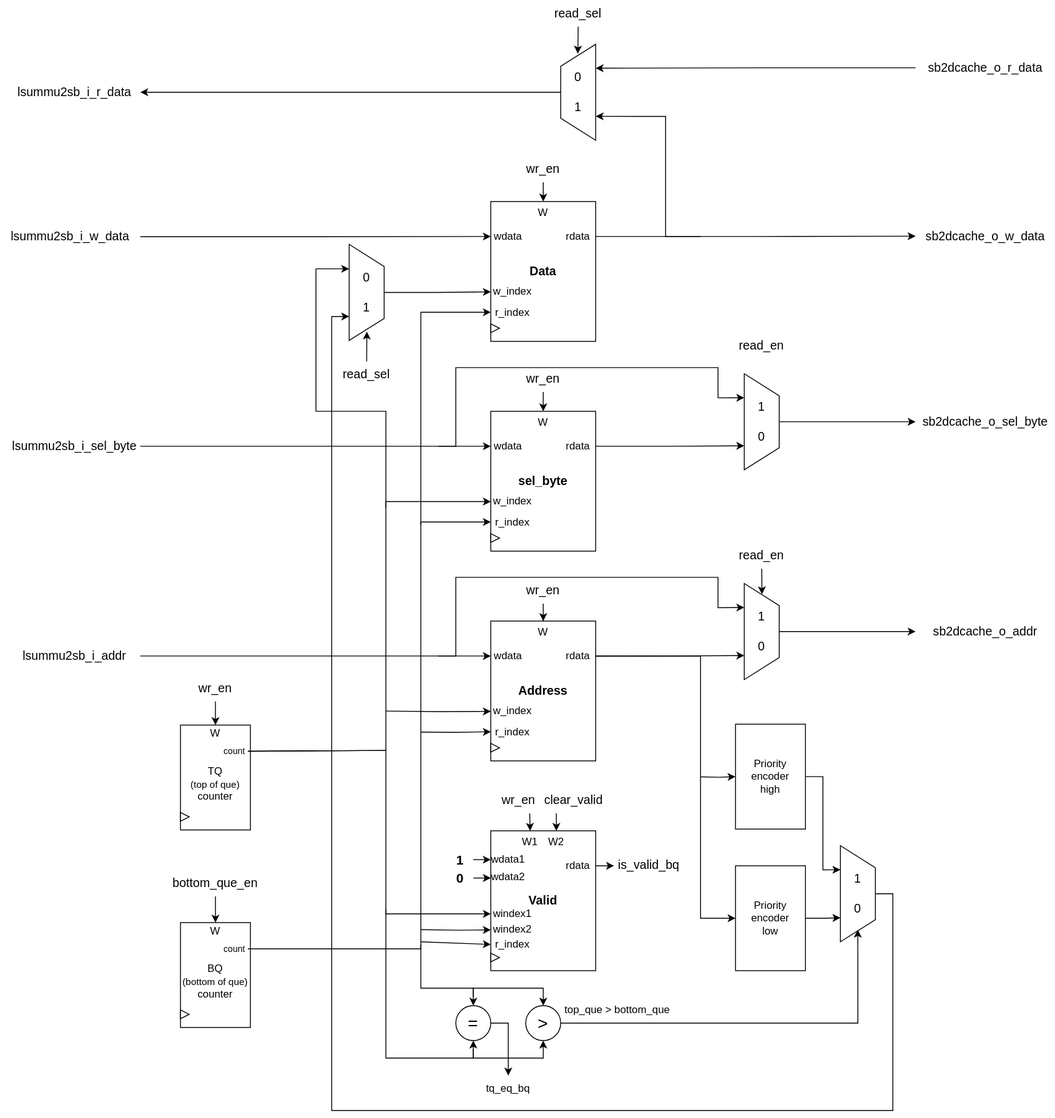
medsuet/Xcelerium-IC-Design-Training keeps this draw.io diagram as Tayyab/StoreBuffer/docs/storebuffer_datapath.drawio.svg. Above is the earlier version. Source tidied: cells renumbered, new cells last; positions are measured from the earlier drawing's top-left corner, leaving out a move shared by most shapes.
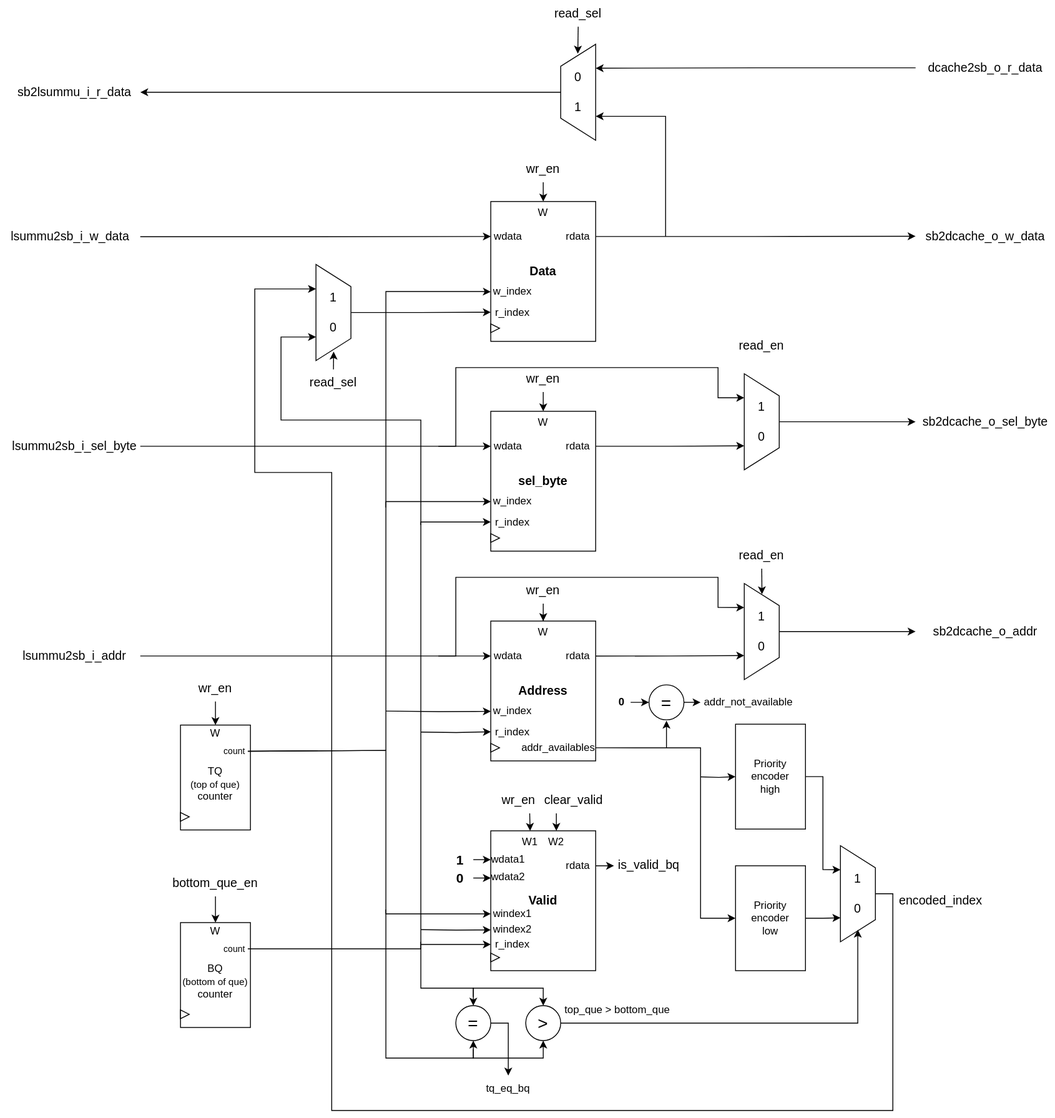
Above is the later version.

What changed in the source:
```diff
@@ -20,25 +20,26 @@
     <mxCell id="7" style="triangle;whiteSpace=wrap;html=1;" parent="2" vertex="1">
       <mxGeometry y="140" width="10" height="10" as="geometry" />
     </mxCell>
-    <mxCell id="8" style="edgeStyle=orthogonalEdgeStyle;rounded=0;jettySize=auto;html=1;exitX=0;exitY=0.5;exitDx=0;exitDy=0;entryX=0.75;entryY=1;entryDx=0;entryDy=0;entryPerimeter=0;" parent="2" edge="1" target="106">
+    <mxCell id="8" style="edgeStyle=orthogonalEdgeStyle;rounded=0;jettySize=auto;html=1;exitX=0;exitY=0.5;exitDx=0;exitDy=0;entryX=0;entryY=0.5;entryDx=0;entryDy=0;" parent="2" edge="1" target="9">
       <mxGeometry relative="1" as="geometry">
         <mxPoint x="-120" y="350" as="sourcePoint" />
         <Array as="points">
-          <mxPoint x="-120" y="240" />
-          <mxPoint x="-200" y="240" />
-          <mxPoint x="-200" y="77" />
-          <mxPoint x="-162" y="77" />
+          <mxPoint x="-120" y="103" />
+          <mxPoint x="-10" y="103" />
         </Array>
       </mxGeometry>
     </mxCell>
     <mxCell id="9" value="w_index" style="text;html=1;align=center;verticalAlign=middle;whiteSpace=wrap;rounded=0;" parent="2" vertex="1">
       <mxGeometry y="90" width="50" height="26.7" as="geometry" />
     </mxCell>
-    <mxCell id="10" style="edgeStyle=orthogonalEdgeStyle;rounded=0;jettySize=auto;html=1;exitX=0;exitY=0.5;exitDx=0;exitDy=0;entryX=0;entryY=0.5;entryDx=0;entryDy=0;" parent="2" edge="1" target="11">
+    <mxCell id="10" style="edgeStyle=orthogonalEdgeStyle;rounded=0;jettySize=auto;html=1;exitX=0;exitY=0.5;exitDx=0;exitDy=0;entryX=0.25;entryY=1;entryDx=0;entryDy=0;entryPerimeter=0;" parent="2" edge="1" target="106">
       <mxGeometry relative="1" as="geometry">
         <mxPoint x="-80" y="370" as="sourcePoint" />
         <Array as="points">
-          <mxPoint x="-80" y="127" />
+          <mxPoint x="-80" y="250" />
+          <mxPoint x="-240" y="250" />
+          <mxPoint x="-240" y="155" />
+          <mxPoint x="-200" y="155" />
         </Array>
       </mxGeometry>
     </mxCell>
@@ -140,7 +141,7 @@
       <mxGeometry relative="1" as="geometry" />
     </mxCell>
     <mxCell id="40" style="group;" parent="1" vertex="1">
-      <mxGeometry x="561" y="710" width="120" height="160" as="geometry" />
+      <mxGeometry x="561" y="710" width="130" height="160" as="geometry" />
     </mxCell>
     <mxCell id="41" value="&lt;font style=&quot;font-size: 14px;&quot;&gt;&lt;b&gt;Address&lt;/b&gt;&lt;/font&gt;" style="rounded=0;whiteSpace=wrap;html=1;" parent="40" vertex="1">
       <mxGeometry width="120" height="160" as="geometry" />
@@ -173,6 +174,9 @@
     <mxCell id="49" value="r_index" style="text;html=1;align=center;verticalAlign=middle;whiteSpace=wrap;rounded=0;" parent="40" vertex="1">
       <mxGeometry y="113.3" width="50" height="26.7" as="geometry" />
     </mxCell>
+    <mxCell id="129" value="addr_availables" style="text;html=1;align=center;verticalAlign=middle;whiteSpace=wrap;rounded=0;" parent="40" vertex="1">
+      <mxGeometry x="35" y="131.7" width="85" height="26.7" as="geometry" />
+    </mxCell>
     <mxCell id="50" style="group;" parent="1" vertex="1">
       <mxGeometry x="561" y="950" width="120" height="160" as="geometry" />
     </mxCell>
@@ -241,9 +245,9 @@
     <mxCell id="67" value="lsummu2sb_i_addr" style="text;html=1;align=center;verticalAlign=middle;whiteSpace=wrap;rounded=0;fontSize=14;" parent="1" vertex="1">
       <mxGeometry x="10" y="735" width="150" height="30" as="geometry" />
     </mxCell>
-    <mxCell id="68" style="edgeStyle=orthogonalEdgeStyle;rounded=0;jettySize=auto;html=1;exitX=0.75;exitY=1;exitDx=0;exitDy=0;exitPerimeter=0;entryX=0.75;entryY=1;entryDx=0;entryDy=0;entryPerimeter=0;" parent="1" edge="1" target="70">
+    <mxCell id="68" style="edgeStyle=orthogonalEdgeStyle;rounded=0;jettySize=auto;html=1;entryX=0.75;entryY=1;entryDx=0;entryDy=0;entryPerimeter=0;" parent="1" edge="1" target="70">
       <mxGeometry relative="1" as="geometry">
-        <mxPoint x="801" y="270" as="sourcePoint" />
+        <mxPoint x="761" y="270" as="sourcePoint" />
         <Array as="points">
           <mxPoint x="761" y="270" />
           <mxPoint x="761" y="132" />
@@ -256,13 +260,13 @@
     <mxCell id="70" value="&lt;font style=&quot;font-size: 14px;&quot;&gt;0&lt;/font&gt;&lt;div style=&quot;font-size: 14px;&quot;&gt;&lt;font style=&quot;font-size: 14px;&quot;&gt;&lt;br&gt;&lt;/font&gt;&lt;/div&gt;&lt;div style=&quot;font-size: 14px;&quot;&gt;&lt;div style=&quot;&quot;&gt;&lt;font style=&quot;font-size: 14px;&quot;&gt;1&lt;/font&gt;&lt;/div&gt;&lt;/div&gt;" style="verticalLabelPosition=middle;verticalAlign=middle;html=1;shape=trapezoid;perimeter=trapezoidPerimeter;whiteSpace=wrap;size=0.23;arcSize=10;flipV=1;labelPosition=center;align=center;direction=north;fontSize=8;points=[[0,0.5,0,0,0],[0.25,1,0,0,0],[0.5,0,0,0,0],[0.75,1,0,0,0],[1,0.5,0,0,0]];" parent="1" vertex="1">
       <mxGeometry x="641" y="50" width="40" height="110" as="geometry" />
     </mxCell>
-    <mxCell id="71" value="sb2dcache_o_r_data" style="text;html=1;align=center;verticalAlign=middle;whiteSpace=wrap;rounded=0;fontSize=14;" parent="1" vertex="1">
+    <mxCell id="71" value="dcache2sb&lt;span style=&quot;background-color: initial;&quot;&gt;_o_r_data&lt;/span&gt;" style="text;html=1;align=center;verticalAlign=middle;whiteSpace=wrap;rounded=0;fontSize=14;" parent="1" vertex="1">
       <mxGeometry x="1047" y="62" width="160" height="30" as="geometry" />
     </mxCell>
     <mxCell id="72" style="edgeStyle=orthogonalEdgeStyle;rounded=0;jettySize=auto;html=1;exitX=0;exitY=0.5;exitDx=0;exitDy=0;entryX=0.25;entryY=1;entryDx=0;entryDy=0;entryPerimeter=0;" parent="1" edge="1" source="71" target="70">
       <mxGeometry relative="1" as="geometry" />
     </mxCell>
-    <mxCell id="73" value="lsummu2sb_i_r_data" style="text;html=1;align=center;verticalAlign=middle;whiteSpace=wrap;rounded=0;fontSize=14;" parent="1" vertex="1">
+    <mxCell id="73" value="sb2&lt;span style=&quot;background-color: initial;&quot;&gt;lsummu_i_r_data&lt;/span&gt;" style="text;html=1;align=center;verticalAlign=middle;whiteSpace=wrap;rounded=0;fontSize=14;" parent="1" vertex="1">
       <mxGeometry x="10" y="90" width="150" height="30" as="geometry" />
     </mxCell>
     <mxCell id="74" style="edgeStyle=orthogonalEdgeStyle;rounded=0;jettySize=auto;html=1;exitX=0.5;exitY=1;exitDx=0;exitDy=0;entryX=0.5;entryY=0;entryDx=0;entryDy=0;startArrow=none;startFill=0;" parent="1" edge="1" source="75" target="6">
@@ -318,14 +322,6 @@
     <mxCell id="90" value="&lt;div&gt;&lt;span style=&quot;background-color: initial;&quot;&gt;Priority encoder&lt;/span&gt;&lt;br&gt;&lt;/div&gt;&lt;div&gt;&lt;/div&gt;&lt;div&gt;low&lt;/div&gt;" style="rounded=0;whiteSpace=wrap;html=1;points=[[0,0.25,0,0,0],[0,0.5,0,0,0],[0,0.75,0,0,0],[0.5,0,0,0,0],[0.5,1,0,0,0],[1,0.25,0,0,0],[1,0.5,0,0,0]];" parent="89" vertex="1">
       <mxGeometry width="80" height="120" as="geometry" />
     </mxCell>
-    <mxCell id="91" style="edgeStyle=orthogonalEdgeStyle;rounded=0;jettySize=auto;html=1;exitX=1;exitY=0.5;exitDx=0;exitDy=0;entryX=0;entryY=0.5;entryDx=0;entryDy=0;entryPerimeter=0;" parent="1" edge="1" source="43" target="90">
-      <mxGeometry relative="1" as="geometry">
-        <Array as="points">
-          <mxPoint x="801" y="750" />
-          <mxPoint x="801" y="1050" />
-        </Array>
-      </mxGeometry>
-    </mxCell>
     <mxCell id="92" value="&lt;span style=&quot;font-size: 14px;&quot;&gt;1&lt;/span&gt;&lt;div&gt;&lt;span style=&quot;font-size: 14px;&quot;&gt;&lt;br&gt;&lt;/span&gt;&lt;/div&gt;&lt;div&gt;&lt;span style=&quot;font-size: 14px;&quot;&gt;0&lt;/span&gt;&lt;/div&gt;" style="verticalLabelPosition=middle;verticalAlign=middle;html=1;shape=trapezoid;perimeter=trapezoidPerimeter;whiteSpace=wrap;size=0.23;arcSize=10;flipV=1;labelPosition=center;align=center;direction=south;fontSize=8;points=[[0,0.5,0,0,0],[0.25,1,0,0,0],[0.5,0,0,0,0],[0.75,1,0,0,0],[1,0.5,0,0,0]];" parent="1" vertex="1">
       <mxGeometry x="961" y="967" width="40" height="110" as="geometry" />
     </mxCell>
@@ -389,25 +385,28 @@
     <mxCell id="104" value="top_que &amp;gt; bottom_que" style="text;html=1;align=center;verticalAlign=middle;whiteSpace=wrap;rounded=0;" parent="1" vertex="1">
       <mxGeometry x="631" y="1150" width="150" height="10" as="geometry" />
     </mxCell>
-    <mxCell id="105" style="edgeStyle=orthogonalEdgeStyle;rounded=0;jettySize=auto;html=1;exitX=0.5;exitY=0;exitDx=0;exitDy=0;exitPerimeter=0;entryX=0;entryY=0.5;entryDx=0;entryDy=0;" parent="1" edge="1" source="106" target="9">
-      <mxGeometry relative="1" as="geometry" />
-    </mxCell>
+    <mxCell id="130" style="edgeStyle=orthogonalEdgeStyle;rounded=0;jettySize=auto;html=1;exitX=0.5;exitY=0;exitDx=0;exitDy=0;exitPerimeter=0;entryX=0;entryY=0.5;entryDx=0;entryDy=0;" parent="1" edge="1" source="106" target="11">
+      <mxGeometry relative="1" as="geometry" />
+    </mxCell>
-    <mxCell id="106" value="&lt;span style=&quot;font-size: 14px;&quot;&gt;0&lt;/span&gt;&lt;div&gt;&lt;span style=&quot;font-size: 14px;&quot;&gt;&lt;br&gt;&lt;/span&gt;&lt;/div&gt;&lt;div&gt;&lt;span style=&quot;font-size: 14px;&quot;&gt;1&lt;/span&gt;&lt;/div&gt;" style="verticalLabelPosition=middle;verticalAlign=middle;html=1;shape=trapezoid;perimeter=trapezoidPerimeter;whiteSpace=wrap;size=0.23;arcSize=10;flipV=1;labelPosition=center;align=center;direction=south;fontSize=8;points=[[0,0.5,0,0,0],[0.25,1,0,0,0],[0.5,0,0,0,0],[0.75,1,0,0,0],[1,0.5,0,0,0]];" parent="1" vertex="1">
-      <mxGeometry x="399" y="279" width="40" height="110" as="geometry" />
+    <mxCell id="106" value="&lt;span style=&quot;font-size: 14px;&quot;&gt;1&lt;/span&gt;&lt;div&gt;&lt;span style=&quot;font-size: 14px;&quot;&gt;&lt;br&gt;&lt;/span&gt;&lt;/div&gt;&lt;div&gt;&lt;span style=&quot;font-size: 14px;&quot;&gt;0&lt;/span&gt;&lt;/div&gt;" style="verticalLabelPosition=middle;verticalAlign=middle;html=1;shape=trapezoid;perimeter=trapezoidPerimeter;whiteSpace=wrap;size=0.23;arcSize=10;flipV=1;labelPosition=center;align=center;direction=south;fontSize=8;points=[[0,0.5,0,0,0],[0.25,1,0,0,0],[0.5,0,0,0,0],[0.75,1,0,0,0],[1,0.5,0,0,0]];" parent="1" vertex="1">
+      <mxGeometry x="361" y="302" width="40" height="110" as="geometry" />
     </mxCell>
     <mxCell id="107" value="read_sel" style="text;html=1;align=center;verticalAlign=middle;whiteSpace=wrap;rounded=0;fontSize=14;" parent="1" vertex="1">
-      <mxGeometry x="389" y="413" width="60" height="30" as="geometry" />
+      <mxGeometry x="351" y="422" width="60" height="30" as="geometry" />
     </mxCell>
     <mxCell id="108" style="edgeStyle=orthogonalEdgeStyle;rounded=0;jettySize=auto;html=1;exitX=0.5;exitY=0;exitDx=0;exitDy=0;entryX=0.093;entryY=0.495;entryDx=0;entryDy=0;entryPerimeter=0;" parent="1" edge="1" source="107" target="106">
       <mxGeometry relative="1" as="geometry" />
     </mxCell>
-    <mxCell id="109" style="edgeStyle=orthogonalEdgeStyle;rounded=0;jettySize=auto;html=1;exitX=0.5;exitY=0;exitDx=0;exitDy=0;exitPerimeter=0;entryX=0.25;entryY=1;entryDx=0;entryDy=0;entryPerimeter=0;" parent="1" edge="1" source="92" target="106">
+    <mxCell id="109" style="edgeStyle=orthogonalEdgeStyle;rounded=0;jettySize=auto;html=1;exitX=0.5;exitY=0;exitDx=0;exitDy=0;exitPerimeter=0;entryX=0.75;entryY=1;entryDx=0;entryDy=0;entryPerimeter=0;" parent="1" edge="1" source="92" target="106">
       <mxGeometry relative="1" as="geometry">
         <Array as="points">
           <mxPoint x="1021" y="1022" />
           <mxPoint x="1021" y="1270" />
           <mxPoint x="379" y="1270" />
-          <mxPoint x="379" y="362" />
+          <mxPoint x="379" y="540" />
+          <mxPoint x="291" y="540" />
+          <mxPoint x="291" y="330" />
+          <mxPoint x="361" y="330" />
         </Array>
       </mxGeometry>
     </mxCell>
@@ -484,5 +483,37 @@
     <mxCell id="128" style="edgeStyle=orthogonalEdgeStyle;rounded=0;jettySize=auto;html=1;exitX=1;exitY=0.5;exitDx=0;exitDy=0;entryX=0;entryY=0.5;entryDx=0;entryDy=0;" parent="1" edge="1" source="53" target="127">
       <mxGeometry relative="1" as="geometry" />
     </mxCell>
+    <mxCell id="131" style="edgeStyle=orthogonalEdgeStyle;rounded=0;jettySize=auto;html=1;exitX=1;exitY=0.5;exitDx=0;exitDy=0;entryX=0;entryY=0.5;entryDx=0;entryDy=0;entryPerimeter=0;" parent="1" edge="1" source="129" target="90">
+      <mxGeometry relative="1" as="geometry">
+        <Array as="points">
+          <mxPoint x="801" y="855" />
+          <mxPoint x="801" y="1050" />
+        </Array>
+      </mxGeometry>
+    </mxCell>
+    <mxCell id="132" style="edgeStyle=orthogonalEdgeStyle;rounded=0;orthogonalLoop=1;jettySize=auto;html=1;entryX=0.5;entryY=1;entryDx=0;entryDy=0;" parent="1" edge="1">
+      <mxGeometry relative="1" as="geometry">
+        <mxPoint x="762" y="855" as="sourcePoint" />
+        <mxPoint x="762" y="824" as="targetPoint" />
+      </mxGeometry>
+    </mxCell>
+    <mxCell id="133" style="edgeStyle=orthogonalEdgeStyle;rounded=0;jettySize=auto;html=1;exitX=1;exitY=0.5;exitDx=0;exitDy=0;entryX=0;entryY=0.5;entryDx=0;entryDy=0;" parent="1" edge="1" source="134" target="137">
+      <mxGeometry relative="1" as="geometry" />
+    </mxCell>
+    <mxCell id="134" value="=" style="ellipse;whiteSpace=wrap;html=1;fontSize=20;" parent="1" vertex="1">
+      <mxGeometry x="742" y="783" width="40" height="40" as="geometry" />
+    </mxCell>
+    <mxCell id="135" style="edgeStyle=orthogonalEdgeStyle;rounded=0;jettySize=auto;html=1;" parent="1" edge="1" source="136" target="134">
+      <mxGeometry relative="1" as="geometry" />
+    </mxCell>
+    <mxCell id="136" value="&lt;b&gt;0&lt;/b&gt;" style="text;html=1;align=center;verticalAlign=middle;whiteSpace=wrap;rounded=0;" parent="1" vertex="1">
+      <mxGeometry x="701" y="788" width="20" height="30" as="geometry" />
+    </mxCell>
+    <mxCell id="137" value="addr_not_available" style="text;html=1;align=center;verticalAlign=middle;whiteSpace=wrap;rounded=0;" parent="1" vertex="1">
+      <mxGeometry x="801" y="788" width="110" height="30" as="geometry" />
+    </mxCell>
+    <mxCell id="138" value="encoded_index" style="text;html=1;align=center;verticalAlign=middle;whiteSpace=wrap;rounded=0;fontSize=14;" parent="1" vertex="1">
+      <mxGeometry x="1021" y="1015" width="110" height="30" as="geometry" />
+    </mxCell>
   </root>
 </mxGraphModel>
```
